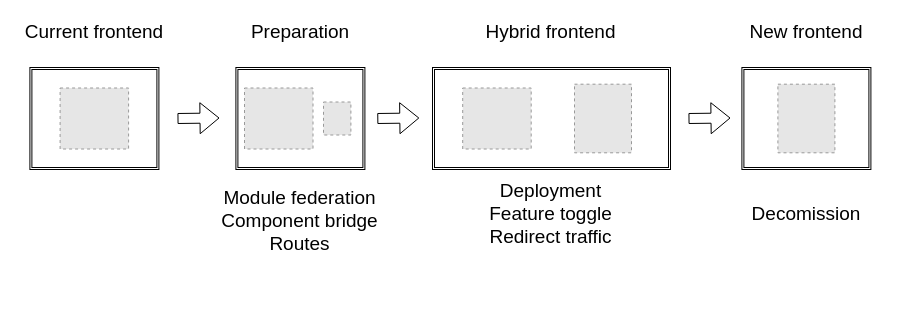
Earlier version of the draw.io diagram page "ui-migration" (8 of 8) of architecture/latency-afficionados/01.overall.architecture.drawio (codegik/pocs). Source tidied: cells renumbered, new cells numbered last; positions are measured from the earlier drawing's top-left corner, leaving out a move shared by most shapes. Both pictures are drawn from the tidied source at 100%, with x=0, y=0 at pixel (17, 17). Pictures stored in the file or linked from it are replaced by grey dashed boxes.
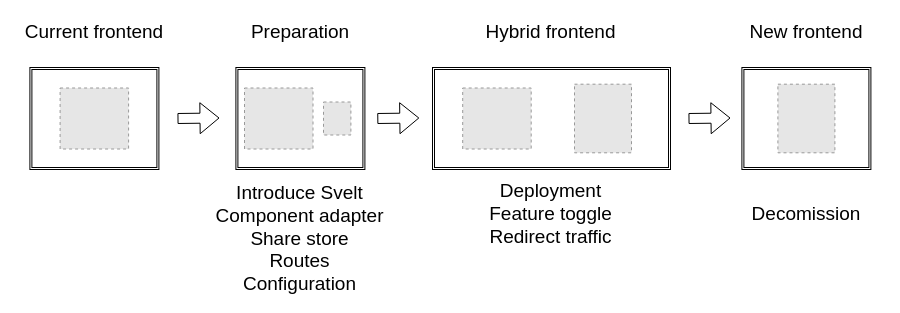
The same page after the edit.

Change to the diagram source:
```diff
@@
-    <mxCell id="19" value="Module federation&lt;div&gt;Component bridge&lt;/div&gt;&lt;div&gt;Routes&lt;/div&gt;" style="text;html=1;align=center;verticalAlign=middle;whiteSpace=wrap;rounded=0;fontSize=19;" parent="1" vertex="1">
-      <mxGeometry x="181.3" y="189" width="203.2" height="30" as="geometry" />
+    <mxCell id="19" value="&lt;br&gt;&lt;div&gt;Introduce Svelt&lt;/div&gt;&lt;div&gt;Component adapter&lt;/div&gt;&lt;div&gt;Share store&lt;/div&gt;&lt;div&gt;Routes&lt;/div&gt;&lt;div&gt;Configuration&lt;/div&gt;" style="text;html=1;align=center;verticalAlign=middle;whiteSpace=wrap;rounded=0;fontSize=19;" parent="1" vertex="1">
+      <mxGeometry x="181.3" y="195" width="203.2" height="30" as="geometry" />
     </mxCell>
```
